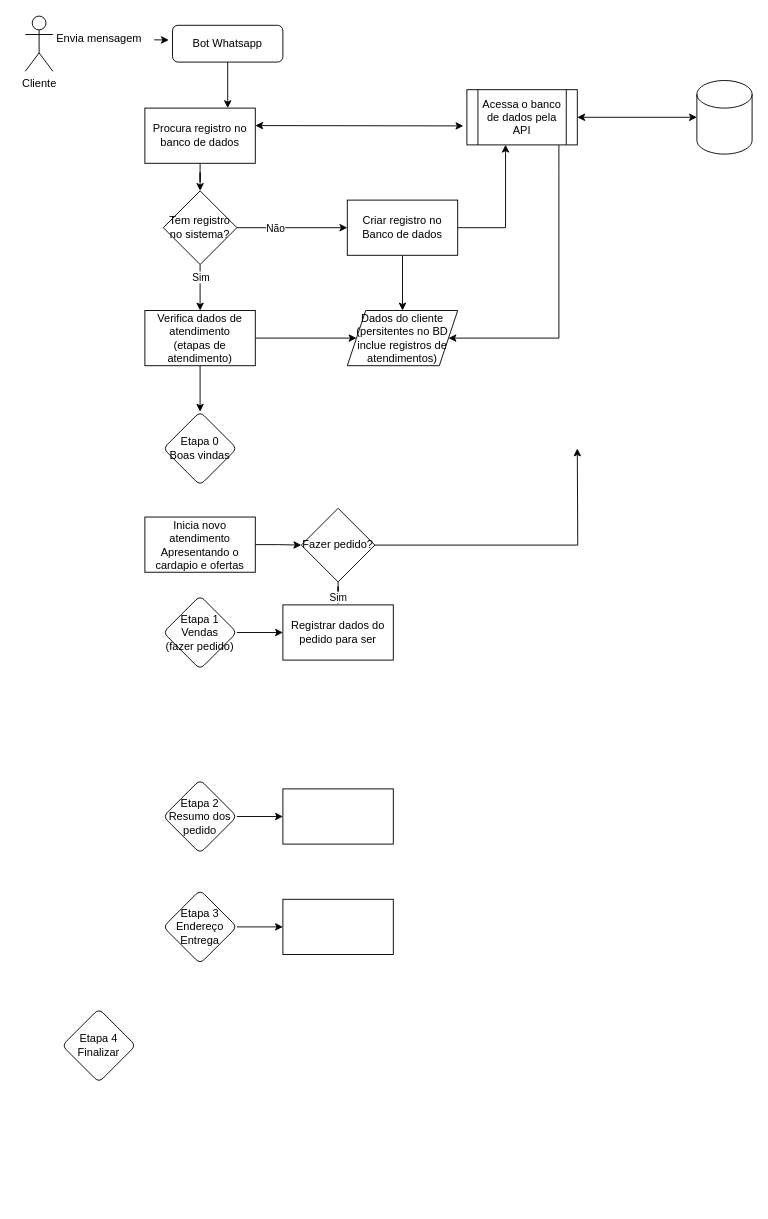
This is Diagrama sem nome.drawio from MauricioWittica/Hello-World, a draw.io file, before an edit. Source tidied: cells renumbered, new cells numbered last; positions are measured from the earlier drawing's top-left corner, leaving out a move shared by most shapes. Both pictures are drawn from the tidied source at 92%, with x=0, y=0 at pixel (25, 16).
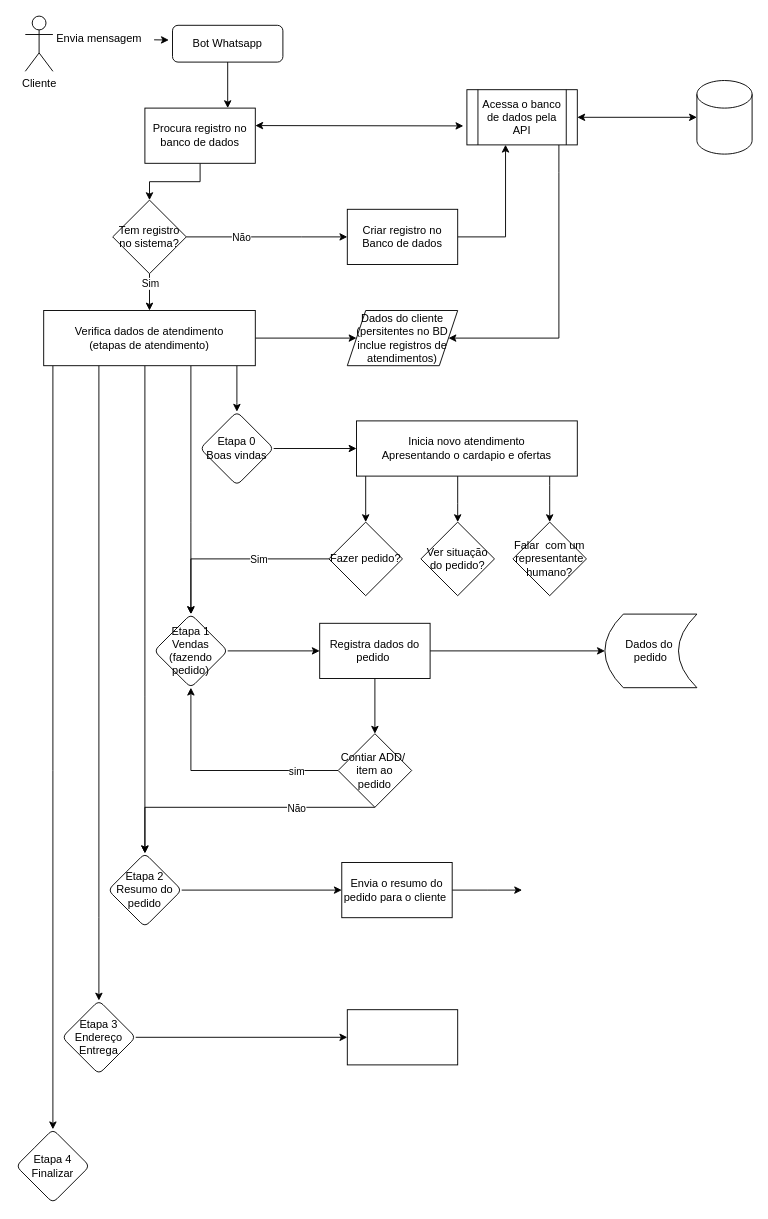
The same page after the edit.

The change refers to these unchanged cells:
```xml
<mxCell id="23" value="Dados do cliente&lt;br&gt;(persitentes no BD &lt;br&gt;inclue registros de atendimentos)" style="shape=parallelogram;perimeter=parallelogramPerimeter;whiteSpace=wrap;html=1;fixedSize=1;" parent="1" vertex="1">
  <mxGeometry x="350" y="320" width="120" height="60" as="geometry" />
</mxCell>
```

The edit, as a diff of the source:
```diff
@@
+    <mxCell id="43" style="edgeStyle=orthogonalEdgeStyle;rounded=0;jettySize=auto;html=1;entryX=0;entryY=0.5;entryDx=0;entryDy=0;" parent="1" edge="1" source="6" target="35">
+      <mxGeometry relative="1" as="geometry" />
+    </mxCell>
     <mxCell id="6" value="Etapa 0&lt;br&gt;Boas vindas" style="rhombus;whiteSpace=wrap;html=1;rounded=1;arcSize=13;" parent="1" vertex="1">
-      <mxGeometry x="150" y="430" width="80" height="80" as="geometry" />
+      <mxGeometry x="190" y="430" width="80" height="80" as="geometry" />
     </mxCell>
@@
     <mxCell id="14" style="edgeStyle=orthogonalEdgeStyle;rounded=0;jettySize=auto;html=1;" parent="1" edge="1" source="16" target="26">
-      <mxGeometry relative="1" as="geometry" />
+      <mxGeometry relative="1" as="geometry">
+        <Array as="points">
+          <mxPoint x="300" y="240" />
+          <mxPoint x="300" y="240" />
+        </Array>
+      </mxGeometry>
     </mxCell>
@@
     <mxCell id="16" value="Tem registro no sistema?" style="rhombus;whiteSpace=wrap;html=1;rounded=0;" parent="1" vertex="1">
-      <mxGeometry x="150" y="190" width="80" height="80" as="geometry" />
+      <mxGeometry x="95" y="200" width="80" height="80" as="geometry" />
     </mxCell>
@@
     <mxCell id="18" style="edgeStyle=orthogonalEdgeStyle;rounded=0;jettySize=auto;html=1;entryX=0.5;entryY=0;entryDx=0;entryDy=0;" parent="1" edge="1" source="19" target="6">
-      <mxGeometry relative="1" as="geometry" />
+      <mxGeometry relative="1" as="geometry">
+        <Array as="points">
+          <mxPoint x="230" y="420" />
+          <mxPoint x="230" y="420" />
+        </Array>
+      </mxGeometry>
     </mxCell>
+    <mxCell id="44" style="edgeStyle=orthogonalEdgeStyle;rounded=0;jettySize=auto;html=1;" parent="1" edge="1" source="19" target="28">
+      <mxGeometry relative="1" as="geometry">
+        <Array as="points">
+          <mxPoint x="180" y="550" />
+          <mxPoint x="180" y="550" />
+        </Array>
+      </mxGeometry>
+    </mxCell>
+    <mxCell id="45" style="edgeStyle=orthogonalEdgeStyle;rounded=0;jettySize=auto;html=1;" parent="1" edge="1" source="19" target="30">
+      <mxGeometry relative="1" as="geometry">
+        <Array as="points">
+          <mxPoint x="130" y="740" />
+          <mxPoint x="130" y="740" />
+        </Array>
+      </mxGeometry>
+    </mxCell>
+    <mxCell id="46" style="edgeStyle=orthogonalEdgeStyle;rounded=0;jettySize=auto;html=1;" parent="1" edge="1" source="19" target="33">
+      <mxGeometry relative="1" as="geometry">
+        <Array as="points">
+          <mxPoint x="30" y="820" />
+          <mxPoint x="30" y="820" />
+        </Array>
+      </mxGeometry>
+    </mxCell>
+    <mxCell id="47" style="edgeStyle=orthogonalEdgeStyle;rounded=0;jettySize=auto;html=1;entryX=0.5;entryY=0;entryDx=0;entryDy=0;" parent="1" edge="1" source="19" target="32">
+      <mxGeometry relative="1" as="geometry">
+        <Array as="points">
+          <mxPoint x="80" y="980" />
+          <mxPoint x="80" y="980" />
+        </Array>
+      </mxGeometry>
+    </mxCell>
     <mxCell id="19" value="Verifica dados de atendimento&lt;br&gt;(etapas de atendimento)" style="whiteSpace=wrap;html=1;rounded=0;" parent="1" vertex="1">
-      <mxGeometry x="130" y="320" width="120" height="60" as="geometry" />
+      <mxGeometry x="20" y="320" width="230" height="60" as="geometry" />
     </mxCell>
@@
-    <mxCell id="25" style="edgeStyle=orthogonalEdgeStyle;rounded=0;jettySize=auto;html=1;entryX=0.5;entryY=0;entryDx=0;entryDy=0;" parent="1" edge="1" source="26" target="23">
-      <mxGeometry relative="1" as="geometry" />
-    </mxCell>
     <mxCell id="26" value="Criar registro no Banco de dados" style="whiteSpace=wrap;html=1;rounded=0;" parent="1" vertex="1">
-      <mxGeometry x="350" y="200" width="120" height="60" as="geometry" />
+      <mxGeometry x="350" y="210" width="120" height="60" as="geometry" />
     </mxCell>
@@
-    <mxCell id="28" value="Etapa 1&lt;br&gt;Vendas&lt;br&gt;(fazer pedido)" style="rhombus;whiteSpace=wrap;html=1;rounded=1;arcSize=13;" parent="1" vertex="1">
-      <mxGeometry x="150" y="630" width="80" height="80" as="geometry" />
+    <mxCell id="28" value="Etapa 1&lt;br&gt;Vendas&lt;br&gt;(fazendo pedido)" style="rhombus;whiteSpace=wrap;html=1;rounded=1;arcSize=13;" parent="1" vertex="1">
+      <mxGeometry x="140" y="650" width="80" height="80" as="geometry" />
     </mxCell>
@@
-    <mxCell id="30" value="Etapa 2&lt;br&gt;Resumo dos pedido" style="rhombus;whiteSpace=wrap;html=1;rounded=1;arcSize=13;" parent="1" vertex="1">
-      <mxGeometry x="150" y="830" width="80" height="80" as="geometry" />
+    <mxCell id="30" value="Etapa 2&lt;br&gt;Resumo do pedido" style="rhombus;whiteSpace=wrap;html=1;rounded=1;arcSize=13;" parent="1" vertex="1">
+      <mxGeometry x="90" y="910" width="80" height="80" as="geometry" />
     </mxCell>
@@
     <mxCell id="32" value="Etapa 3&lt;br&gt;Endereço&lt;br&gt;Entrega" style="rhombus;whiteSpace=wrap;html=1;rounded=1;arcSize=13;" parent="1" vertex="1">
-      <mxGeometry x="150" y="950" width="80" height="80" as="geometry" />
+      <mxGeometry x="40" y="1070" width="80" height="80" as="geometry" />
     </mxCell>
     <mxCell id="33" value="Etapa 4&lt;br&gt;Finalizar" style="rhombus;whiteSpace=wrap;html=1;rounded=1;arcSize=13;" parent="1" vertex="1">
-      <mxGeometry x="40" y="1079" width="80" height="80" as="geometry" />
+      <mxGeometry x="-10" y="1210" width="80" height="80" as="geometry" />
     </mxCell>
-    <mxCell id="34" style="edgeStyle=orthogonalEdgeStyle;rounded=0;jettySize=auto;html=1;entryX=0;entryY=0.5;entryDx=0;entryDy=0;" parent="1" edge="1" source="35" target="42">
-      <mxGeometry relative="1" as="geometry" />
+    <mxCell id="34" style="edgeStyle=orthogonalEdgeStyle;rounded=0;jettySize=auto;html=1;" parent="1" edge="1" source="35" target="42">
+      <mxGeometry relative="1" as="geometry">
+        <Array as="points">
+          <mxPoint x="370" y="540" />
+          <mxPoint x="370" y="540" />
+        </Array>
+      </mxGeometry>
     </mxCell>
+    <mxCell id="48" style="edgeStyle=orthogonalEdgeStyle;rounded=0;jettySize=auto;html=1;" parent="1" edge="1" source="35" target="54">
+      <mxGeometry relative="1" as="geometry">
+        <Array as="points">
+          <mxPoint x="470" y="530" />
+          <mxPoint x="470" y="530" />
+        </Array>
+      </mxGeometry>
+    </mxCell>
+    <mxCell id="49" style="edgeStyle=orthogonalEdgeStyle;rounded=0;jettySize=auto;html=1;" parent="1" edge="1" source="35" target="55">
+      <mxGeometry relative="1" as="geometry">
+        <Array as="points">
+          <mxPoint x="570" y="510" />
+          <mxPoint x="570" y="510" />
+        </Array>
+      </mxGeometry>
+    </mxCell>
     <mxCell id="35" value="Inicia novo atendimento&lt;br&gt;Apresentando o cardapio e ofertas" style="rounded=0;whiteSpace=wrap;html=1;" parent="1" vertex="1">
-      <mxGeometry x="130" y="544.5" width="120" height="60" as="geometry" />
+      <mxGeometry x="360" y="440" width="240" height="60" as="geometry" />
     </mxCell>
+    <mxCell id="50" style="edgeStyle=orthogonalEdgeStyle;rounded=0;jettySize=auto;html=1;" parent="1" edge="1" source="36" target="56">
+      <mxGeometry relative="1" as="geometry" />
+    </mxCell>
+    <mxCell id="51" style="edgeStyle=orthogonalEdgeStyle;rounded=0;jettySize=auto;html=1;" parent="1" edge="1" source="36" target="61">
+      <mxGeometry relative="1" as="geometry" />
+    </mxCell>
-    <mxCell id="36" value="Registrar dados do pedido para ser" style="rounded=0;whiteSpace=wrap;html=1;" parent="1" vertex="1">
-      <mxGeometry x="280" y="640" width="120" height="60" as="geometry" />
+    <mxCell id="36" value="Registra dados do pedido&amp;nbsp;" style="rounded=0;whiteSpace=wrap;html=1;" parent="1" vertex="1">
+      <mxGeometry x="320" y="660" width="120" height="60" as="geometry" />
     </mxCell>
+    <mxCell id="52" style="edgeStyle=orthogonalEdgeStyle;rounded=0;jettySize=auto;html=1;" parent="1" edge="1" source="37">
+      <mxGeometry relative="1" as="geometry">
+        <mxPoint x="540" y="950" as="targetPoint" />
+      </mxGeometry>
+    </mxCell>
-    <mxCell id="37" style="rounded=0;whiteSpace=wrap;html=1;" parent="1" vertex="1">
-      <mxGeometry x="280" y="840" width="120" height="60" as="geometry" />
+    <mxCell id="37" value="Envia o resumo do&lt;br&gt;pedido para o cliente&amp;nbsp;" style="rounded=0;whiteSpace=wrap;html=1;" parent="1" vertex="1">
+      <mxGeometry x="344" y="920" width="120" height="60" as="geometry" />
     </mxCell>
     <mxCell id="38" style="rounded=0;whiteSpace=wrap;html=1;" parent="1" vertex="1">
-      <mxGeometry x="280" y="960" width="120" height="60" as="geometry" />
+      <mxGeometry x="350" y="1080" width="120" height="60" as="geometry" />
     </mxCell>
-    <mxCell id="39" style="edgeStyle=orthogonalEdgeStyle;rounded=0;jettySize=auto;html=1;entryX=0.5;entryY=0;entryDx=0;entryDy=0;" parent="1" edge="1" source="42" target="36">
-      <mxGeometry relative="1" as="geometry" />
-    </mxCell>
+    <mxCell id="53" style="edgeStyle=orthogonalEdgeStyle;rounded=0;jettySize=auto;html=1;entryX=0.5;entryY=0;entryDx=0;entryDy=0;" parent="1" edge="1" source="42" target="28">
+      <mxGeometry relative="1" as="geometry">
+        <Array as="points">
+          <mxPoint x="180" y="590" />
+        </Array>
+      </mxGeometry>
+    </mxCell>
-    <mxCell id="40" value="Sim" style="edgeLabel;html=1;align=center;verticalAlign=middle;" parent="39" vertex="1">
-      <mxGeometry x="-0.12" y="1" relative="1" as="geometry" />
+    <mxCell id="40" value="Sim" style="edgeLabel;html=1;align=center;verticalAlign=middle;" parent="53" vertex="1">
+      <mxGeometry x="-0.27" relative="1" as="geometry" />
     </mxCell>
-    <mxCell id="41" style="edgeStyle=orthogonalEdgeStyle;rounded=0;jettySize=auto;html=1;" parent="1" edge="1" source="42">
-      <mxGeometry relative="1" as="geometry">
-        <mxPoint x="600" y="470" as="targetPoint" />
-      </mxGeometry>
-    </mxCell>
     <mxCell id="42" value="Fazer pedido?" style="rhombus;whiteSpace=wrap;html=1;" parent="1" vertex="1">
-      <mxGeometry x="300" y="535" width="80" height="80" as="geometry" />
+      <mxGeometry x="330" y="550" width="80" height="80" as="geometry" />
     </mxCell>
+    <mxCell id="54" value="Ver situação do pedido?" style="rhombus;whiteSpace=wrap;html=1;" parent="1" vertex="1">
+      <mxGeometry x="430" y="550" width="80" height="80" as="geometry" />
+    </mxCell>
+    <mxCell id="55" value="Falar&amp;nbsp; com um representante&lt;br&gt;humano?" style="rhombus;whiteSpace=wrap;html=1;" parent="1" vertex="1">
+      <mxGeometry x="530" y="550" width="80" height="80" as="geometry" />
+    </mxCell>
+    <mxCell id="56" value="Dados do&amp;nbsp;&lt;br&gt;pedido" style="shape=dataStorage;whiteSpace=wrap;html=1;fixedSize=1;" parent="1" vertex="1">
+      <mxGeometry x="630" y="650" width="100" height="80" as="geometry" />
+    </mxCell>
+    <mxCell id="57" style="edgeStyle=orthogonalEdgeStyle;rounded=0;jettySize=auto;html=1;entryX=0.5;entryY=1;entryDx=0;entryDy=0;" parent="1" edge="1" source="61" target="28">
+      <mxGeometry relative="1" as="geometry" />
+    </mxCell>
+    <mxCell id="58" value="sim" style="edgeLabel;html=1;align=center;verticalAlign=middle;" parent="57" vertex="1">
+      <mxGeometry x="-0.65" relative="1" as="geometry">
+        <mxPoint x="-2" as="offset" />
+      </mxGeometry>
+    </mxCell>
+    <mxCell id="59" style="edgeStyle=orthogonalEdgeStyle;rounded=0;jettySize=auto;html=1;entryX=0.5;entryY=0;entryDx=0;entryDy=0;" parent="1" edge="1" source="61" target="30">
+      <mxGeometry relative="1" as="geometry">
+        <Array as="points">
+          <mxPoint x="130" y="860" />
+        </Array>
+      </mxGeometry>
+    </mxCell>
+    <mxCell id="60" value="Não" style="edgeLabel;html=1;align=center;verticalAlign=middle;" parent="59" vertex="1">
+      <mxGeometry x="-0.43" y="1" relative="1" as="geometry" />
+    </mxCell>
+    <mxCell id="61" value="Contiar ADD/&amp;nbsp;&lt;br&gt;item ao pedido" style="rhombus;whiteSpace=wrap;html=1;rounded=0;" parent="1" vertex="1">
+      <mxGeometry x="340" y="780" width="80" height="80" as="geometry" />
+    </mxCell>
```
